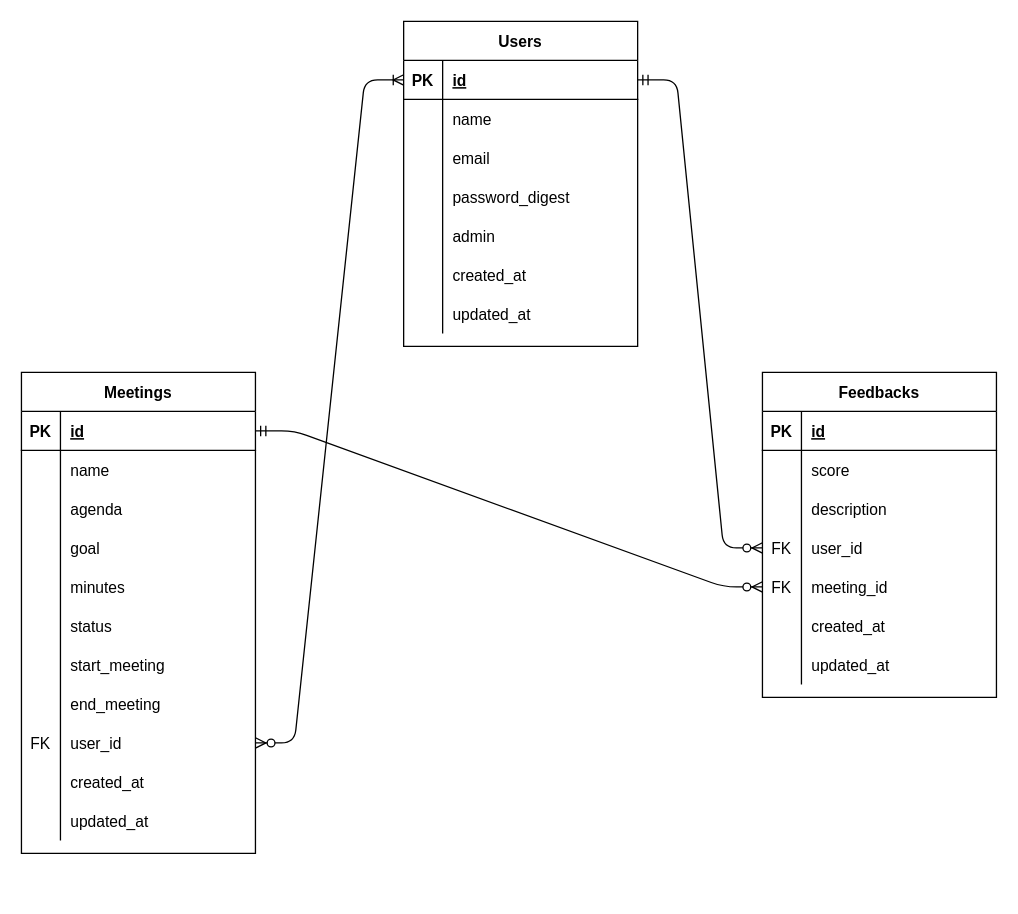
The draw.io diagram ER.drawio in ushimedia/catalog_task_1, before the edit. Source tidied: cells renumbered, new cells numbered last; positions are measured from the earlier drawing's top-left corner, leaving out a move shared by most shapes. Both pictures are drawn from the tidied source at 130%, with x=0, y=0 at pixel (21, 21).
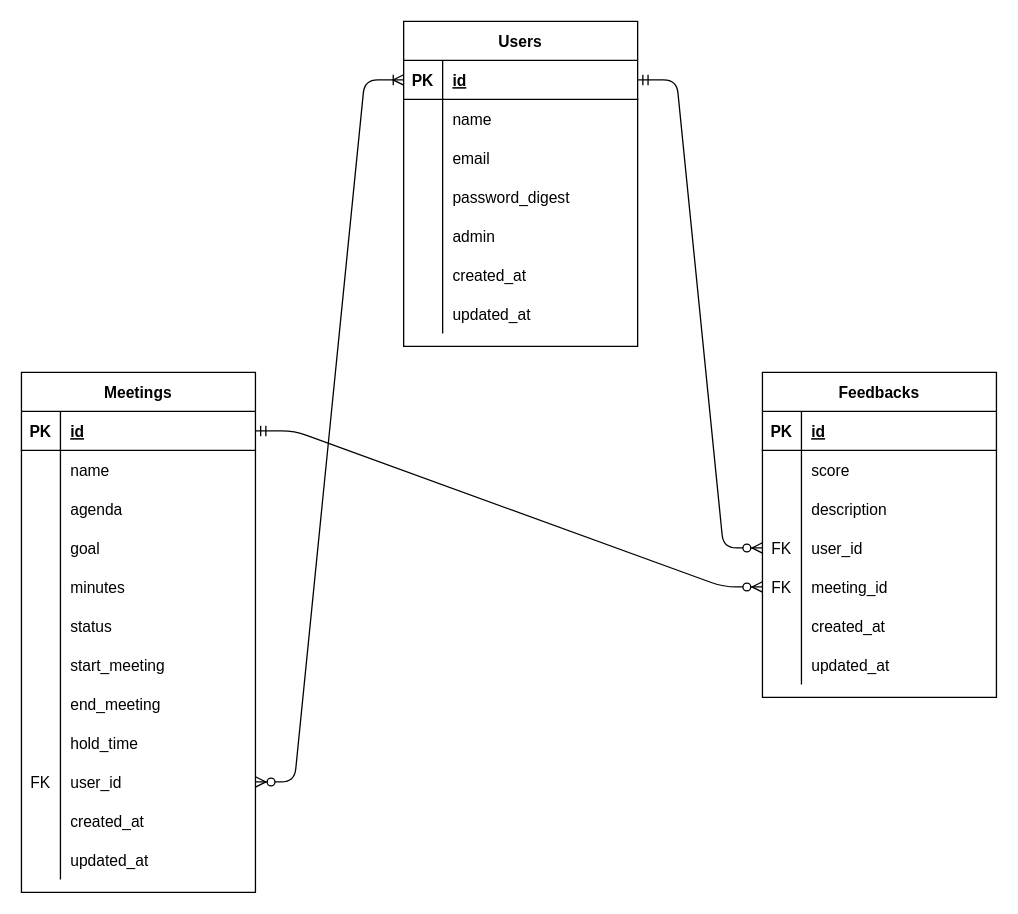
The same diagram, later.

What changed in the source:
```diff
@@
     <mxCell id="24" value="Meetings" style="shape=table;startSize=30;childLayout=tableLayout;rowLines=0;fontStyle=1;align=center;" parent="1" vertex="1">
-      <mxGeometry y="270" width="180" height="370" as="geometry" />
+      <mxGeometry y="270" width="180" height="400" as="geometry" />
     </mxCell>
@@
+    <mxCell id="83" style="shape=partialRectangle;fillColor=none;top=0;left=0;bottom=0;right=0;" parent="24" vertex="1">
+      <mxGeometry y="270" width="180" height="30" as="geometry" />
+    </mxCell>
+    <mxCell id="84" style="shape=partialRectangle;fillColor=none;top=0;left=0;bottom=0;right=0;overflow=hidden;" parent="83" vertex="1">
+      <mxGeometry width="30" height="30" as="geometry" />
+    </mxCell>
+    <mxCell id="85" value="hold_time" style="shape=partialRectangle;fillColor=none;top=0;left=0;bottom=0;right=0;align=left;spacingLeft=6;overflow=hidden;" parent="83" vertex="1">
+      <mxGeometry x="30" width="150" height="30" as="geometry" />
+    </mxCell>
     <mxCell id="49" style="shape=partialRectangle;fillColor=none;top=0;left=0;bottom=0;right=0;points=[[0,0.5],[1,0.5]];portConstraint=eastwest;" parent="24" vertex="1">
-      <mxGeometry y="270" width="180" height="30" as="geometry" />
+      <mxGeometry y="300" width="180" height="30" as="geometry" />
     </mxCell>
@@
     <mxCell id="52" style="shape=partialRectangle;fillColor=none;top=0;left=0;bottom=0;right=0;" parent="24" vertex="1">
-      <mxGeometry y="300" width="180" height="30" as="geometry" />
+      <mxGeometry y="330" width="180" height="30" as="geometry" />
     </mxCell>
@@
     <mxCell id="55" style="shape=partialRectangle;fillColor=none;top=0;left=0;bottom=0;right=0;" parent="24" vertex="1">
-      <mxGeometry y="330" width="180" height="30" as="geometry" />
+      <mxGeometry y="360" width="180" height="30" as="geometry" />
     </mxCell>
```
